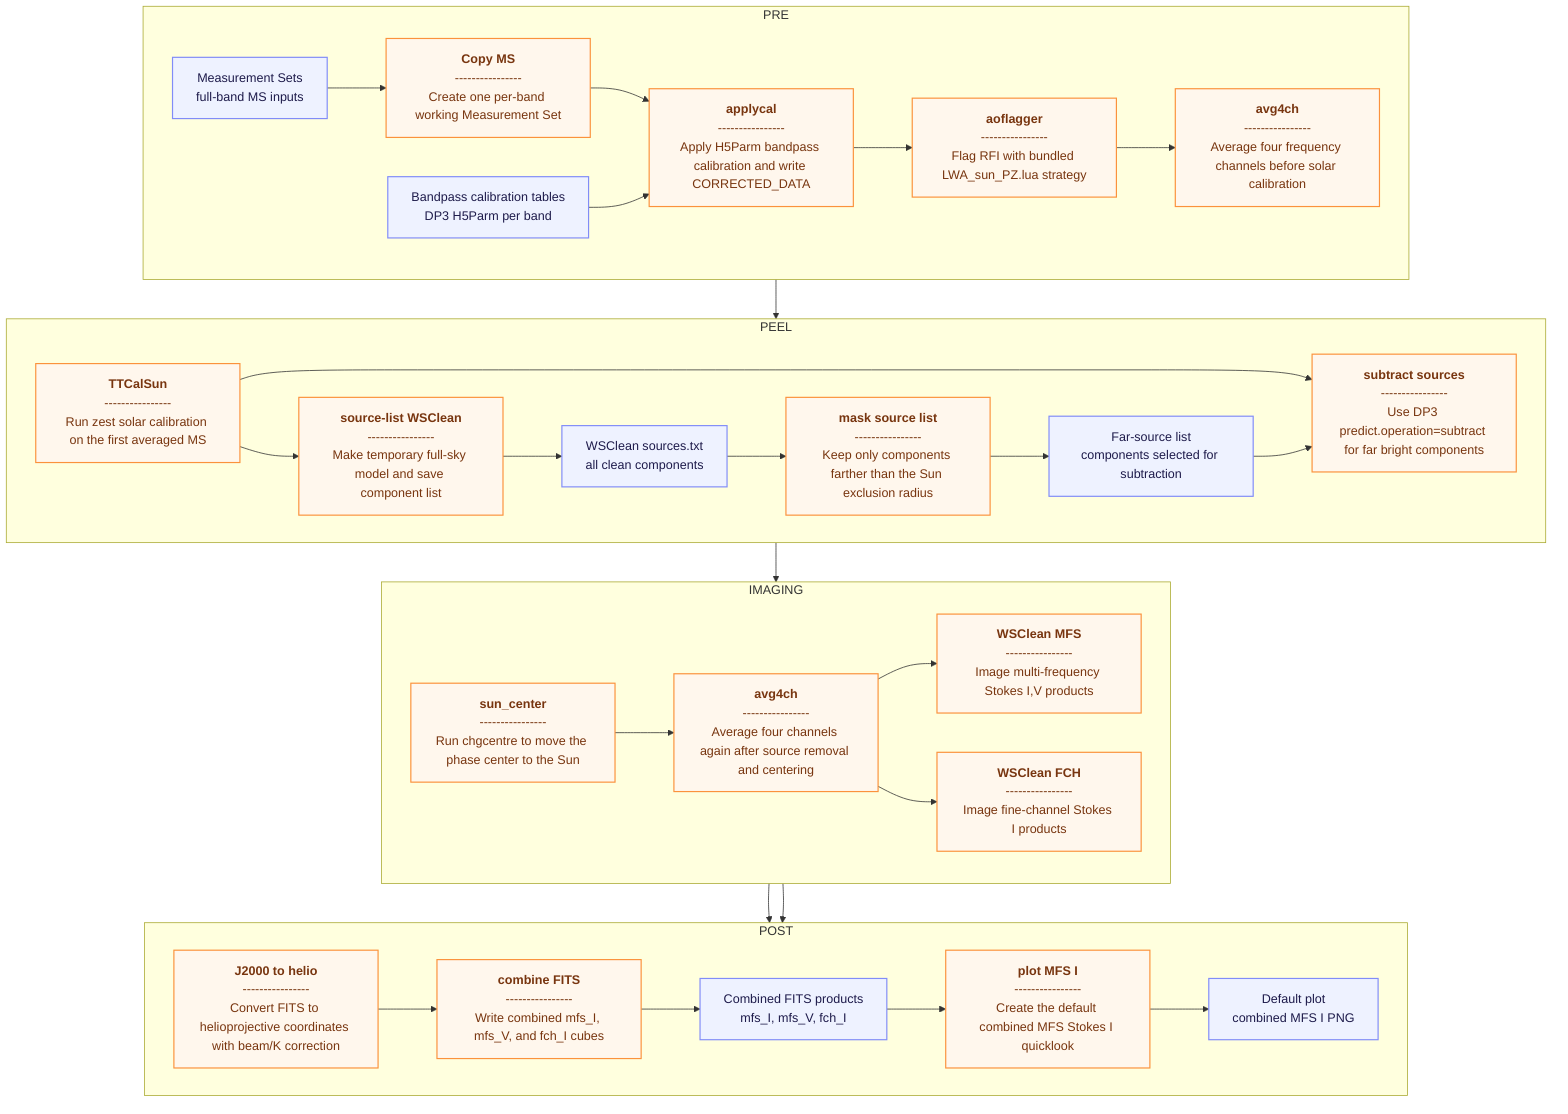
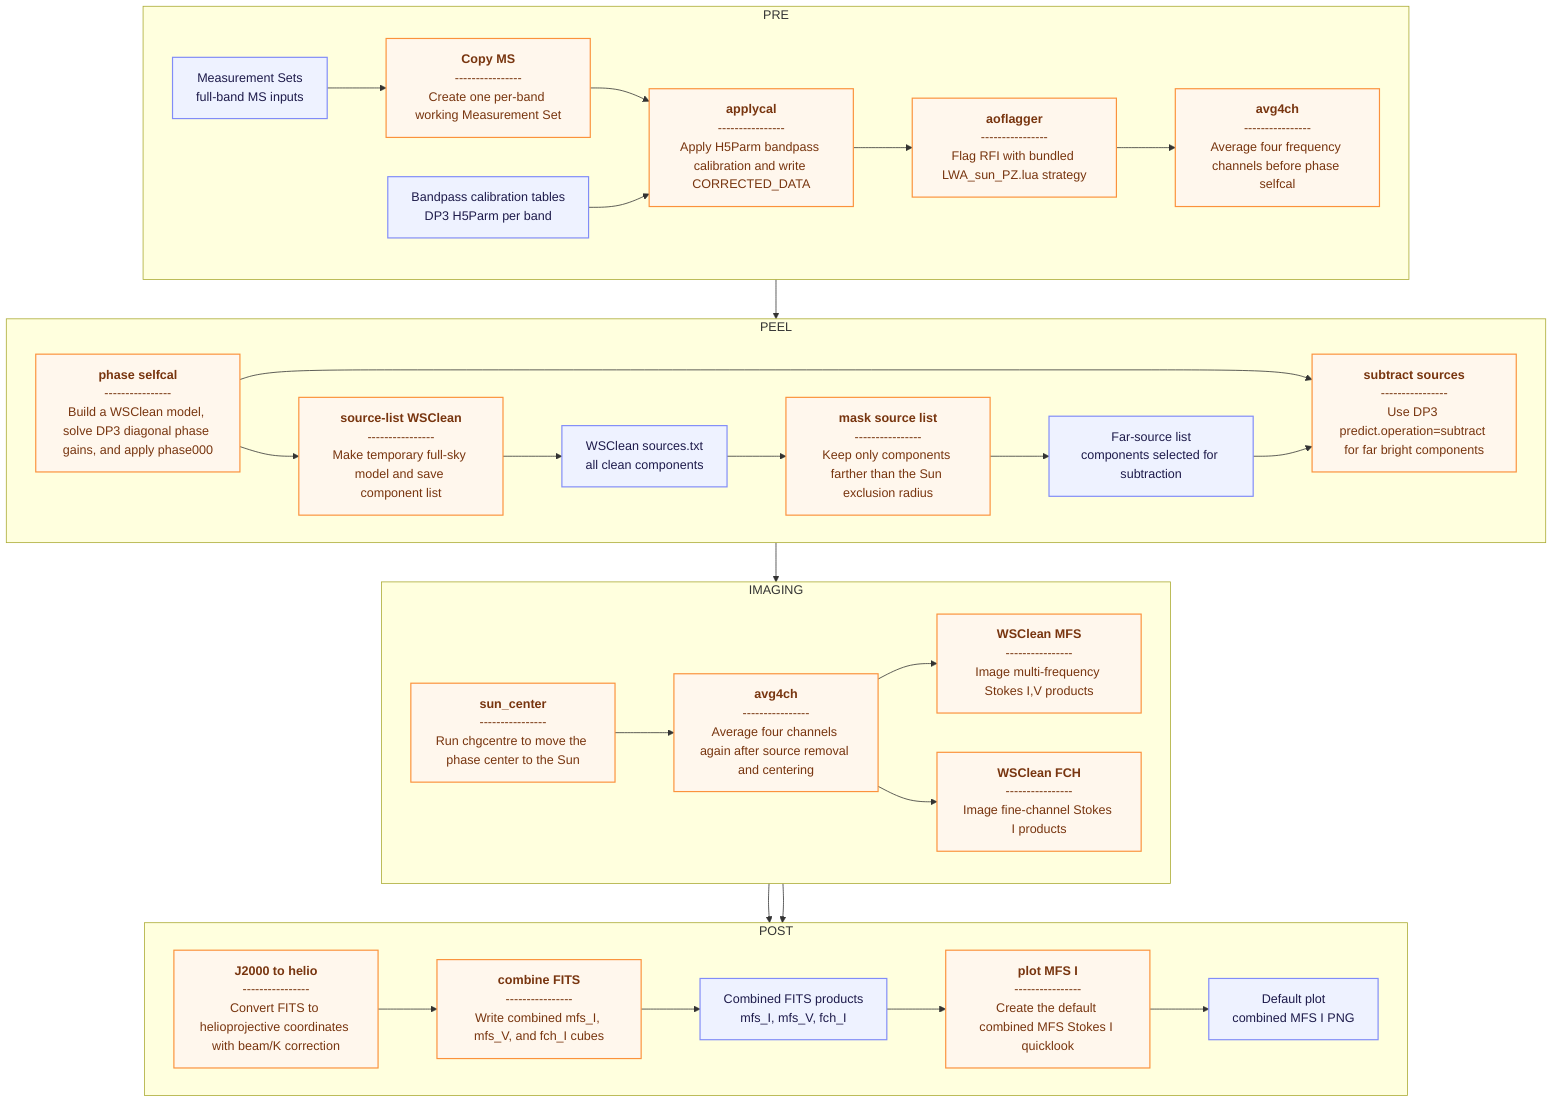
---
config:
  layout: dagre
---
graph TD
 subgraph PRE["PRE"]
        direction LR
        MS["Measurement Sets<br>full-band MS inputs"]
        COPY["<b>Copy MS</b><br>----------------<br>Create one per-band working Measurement Set"]
        APPLYCAL["<b>applycal</b><br>----------------<br>Apply H5Parm bandpass calibration and write CORRECTED_DATA"]
        AOFLAG["<b>aoflagger</b><br>----------------<br>Flag RFI with bundled LWA_sun_PZ.lua strategy"]
-         AVG1["<b>avg4ch</b><br>----------------<br>Average four frequency channels before solar calibration"]
+         AVG1["<b>avg4ch</b><br>----------------<br>Average four frequency channels before phase selfcal"]
        CAL["Bandpass calibration tables<br>DP3 H5Parm per band"]
  end
 subgraph PEEL["PEEL"]
        direction LR
-         TTCAL["<b>TTCalSun</b><br>----------------<br>Run zest solar calibration on the first averaged MS"]
+         SELFCAL["<b>phase selfcal</b><br>----------------<br>Build a WSClean model, solve DP3 diagonal phase gains, and apply phase000"]
        SRCIMG["<b>source-list WSClean</b><br>----------------<br>Make temporary full-sky model and save component list"]
        SOURCES["WSClean sources.txt<br>all clean components"]
        MASK["<b>mask source list</b><br>----------------<br>Keep only components farther than the Sun exclusion radius"]
        FAR["Far-source list<br>components selected for subtraction"]
        SUBTRACT["<b>subtract sources</b><br>----------------<br>Use DP3 predict.operation=subtract for far bright components"]
  end
 subgraph IMAGING["IMAGING"]
        direction LR
        CENTER["<b>sun_center</b><br>----------------<br>Run chgcentre to move the phase center to the Sun"]
        AVG2["<b>avg4ch</b><br>----------------<br>Average four channels again after source removal and centering"]
        MFS["<b>WSClean MFS</b><br>----------------<br>Image multi-frequency Stokes I,V products"]
        FCH["<b>WSClean FCH</b><br>----------------<br>Image fine-channel Stokes I products"]
  end
 subgraph POST["POST"]
        direction LR
        HELIO["<b>J2000 to helio</b><br>----------------<br>Convert FITS to helioprojective coordinates with beam/K correction"]
        COMBINE["<b>combine FITS</b><br>----------------<br>Write combined mfs_I, mfs_V, and fch_I cubes"]
        FITS["Combined FITS products<br>mfs_I, mfs_V, fch_I"]
        PLOT["<b>plot MFS I</b><br>----------------<br>Create the default combined MFS Stokes I quicklook"]
        PNG["Default plot<br>combined MFS I PNG"]
  end
    MS --> COPY
    COPY --> APPLYCAL
    CAL --> APPLYCAL
    APPLYCAL --> AOFLAG
    AOFLAG --> AVG1
-     AVG1 --> TTCAL
-     TTCAL --> SRCIMG & SUBTRACT
+     AVG1 --> SELFCAL
+     SELFCAL --> SRCIMG & SUBTRACT
    SRCIMG --> SOURCES
    SOURCES --> MASK
    MASK --> FAR
    FAR --> SUBTRACT
    SUBTRACT --> CENTER
    CENTER --> AVG2
    AVG2 --> MFS & FCH
    MFS --> HELIO
    FCH --> HELIO
    HELIO --> COMBINE
    COMBINE --> FITS
    FITS --> PLOT
    PLOT --> PNG

     MS:::element
     COPY:::step
     APPLYCAL:::step
     AOFLAG:::step
     AVG1:::step
     CAL:::element
-      TTCAL:::step
+      SELFCAL:::step
     SRCIMG:::step
     SOURCES:::element
     MASK:::step
     FAR:::element
     SUBTRACT:::step
     CENTER:::step
     AVG2:::step
     MFS:::step
     FCH:::step
     HELIO:::step
     COMBINE:::step
     FITS:::element
     PLOT:::step
     PNG:::element
    classDef element fill:#eef2ff,stroke:#818cf8,stroke-width:1.5px,color:#1e1b4b
    classDef step fill:#fff7ed,stroke:#fb923c,stroke-width:1.5px,color:#78350f
    classDef subgraphStyle fill:#f0fdf4,stroke:#4ade80,stroke-width:1.5px,color:#14532d
